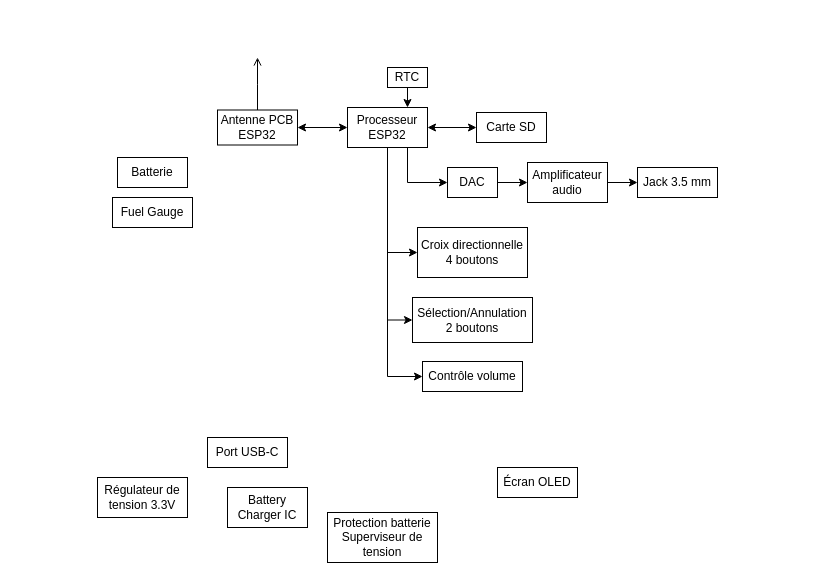
Above: assets/figures/Analyse_Fonctionnelle-Niv2.drawio in dossantosyann/iPod2.0_Latex_Report (draw.io), before the change. Source tidied: cells renumbered, new cells numbered last; positions are measured from the earlier drawing's top-left corner, leaving out a move shared by most shapes. Both pictures are drawn from the tidied source at 100%, with x=0, y=0 at pixel (97, 57).
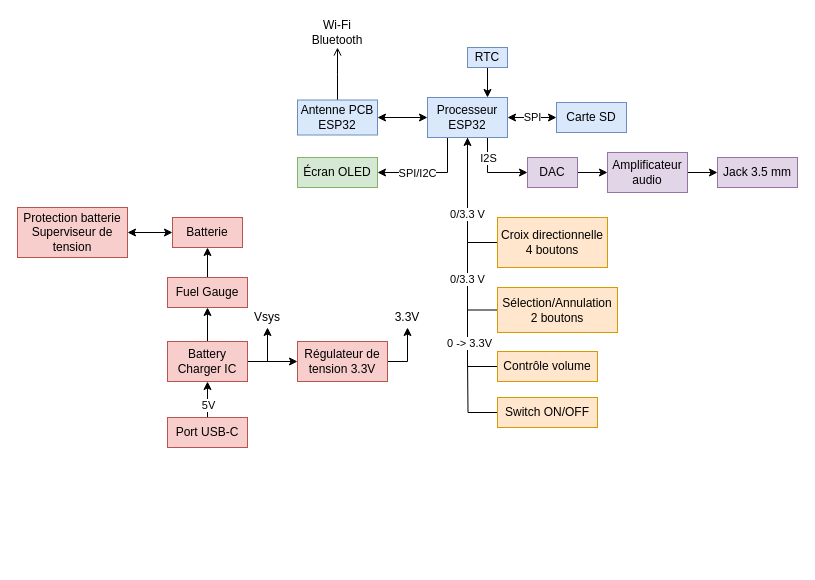
Above is the later version.

Commit message:
Mettre à jour Analyse_Fonctionnelle-Niv2.drawio

Unchanged cells that the change refers to:
```xml
<mxCell id="2" style="edgeStyle=orthogonalEdgeStyle;rounded=0;jettySize=auto;html=1;exitX=1;exitY=0.5;exitDx=0;exitDy=0;entryX=0;entryY=0.5;entryDx=0;entryDy=0;startArrow=classic;startFill=1;" parent="1" edge="1" source="8" target="11">
  <mxGeometry relative="1" as="geometry" />
</mxCell>
<mxCell id="4" style="edgeStyle=orthogonalEdgeStyle;rounded=0;jettySize=auto;html=1;exitX=0.75;exitY=1;exitDx=0;exitDy=0;entryX=0;entryY=0.5;entryDx=0;entryDy=0;" parent="1" edge="1" source="8" target="15">
  <mxGeometry relative="1" as="geometry" />
</mxCell>
```

The edit, as a diff of the source:
```diff
@@
+    <mxCell id="29" value="SPI" style="edgeLabel;html=1;align=center;verticalAlign=middle;" parent="2" vertex="1">
+      <mxGeometry x="-0.04" y="1" relative="1" as="geometry" />
+    </mxCell>
@@
+    <mxCell id="30" value="I2S" style="edgeLabel;html=1;align=center;verticalAlign=middle;" parent="4" vertex="1">
+      <mxGeometry x="-0.38" y="1" relative="1" as="geometry">
+        <mxPoint x="-1" y="-3" as="offset" />
+      </mxGeometry>
+    </mxCell>
-    <mxCell id="5" style="edgeStyle=orthogonalEdgeStyle;rounded=0;jettySize=auto;html=1;exitX=0.5;exitY=1;exitDx=0;exitDy=0;entryX=0;entryY=0.5;entryDx=0;entryDy=0;" parent="1" edge="1" source="8" target="23">
+    <mxCell id="5" style="edgeStyle=orthogonalEdgeStyle;rounded=0;jettySize=auto;html=1;exitX=0.5;exitY=1;exitDx=0;exitDy=0;entryX=0;entryY=0.5;entryDx=0;entryDy=0;endArrow=none;endFill=0;" parent="1" edge="1" source="8" target="23">
       <mxGeometry relative="1" as="geometry" />
     </mxCell>
-    <mxCell id="6" style="edgeStyle=orthogonalEdgeStyle;rounded=0;jettySize=auto;html=1;exitX=0.5;exitY=1;exitDx=0;exitDy=0;entryX=0;entryY=0.5;entryDx=0;entryDy=0;" parent="1" edge="1" source="8" target="24">
+    <mxCell id="6" style="edgeStyle=orthogonalEdgeStyle;rounded=0;jettySize=auto;html=1;exitX=0.5;exitY=1;exitDx=0;exitDy=0;entryX=0;entryY=0.5;entryDx=0;entryDy=0;endArrow=none;endFill=0;" parent="1" edge="1" source="8" target="24">
       <mxGeometry relative="1" as="geometry" />
     </mxCell>
-    <mxCell id="7" style="edgeStyle=orthogonalEdgeStyle;rounded=0;jettySize=auto;html=1;exitX=0.5;exitY=1;exitDx=0;exitDy=0;entryX=0;entryY=0.5;entryDx=0;entryDy=0;" parent="1" edge="1" source="8" target="25">
+    <mxCell id="7" style="edgeStyle=orthogonalEdgeStyle;rounded=0;jettySize=auto;html=1;exitX=0.5;exitY=1;exitDx=0;exitDy=0;entryX=0;entryY=0.5;entryDx=0;entryDy=0;endArrow=none;endFill=0;startArrow=classic;startFill=1;" parent="1" edge="1" source="8" target="25">
       <mxGeometry relative="1" as="geometry" />
     </mxCell>
+    <mxCell id="31" value="0 -&amp;gt; 3.3V" style="edgeLabel;html=1;align=center;verticalAlign=middle;" parent="7" vertex="1">
+      <mxGeometry x="0.58" y="1" relative="1" as="geometry" />
+    </mxCell>
+    <mxCell id="32" value="0/3.3 V" style="edgeLabel;html=1;align=center;verticalAlign=middle;" parent="7" vertex="1">
+      <mxGeometry x="0.09" y="-1" relative="1" as="geometry" />
+    </mxCell>
+    <mxCell id="33" value="0/3.3 V" style="edgeLabel;html=1;align=center;verticalAlign=middle;" parent="7" vertex="1">
+      <mxGeometry x="-0.41" y="-1" relative="1" as="geometry" />
+    </mxCell>
+    <mxCell id="34" style="edgeStyle=orthogonalEdgeStyle;rounded=0;jettySize=auto;html=1;exitX=0.25;exitY=1;exitDx=0;exitDy=0;entryX=1;entryY=0.5;entryDx=0;entryDy=0;" parent="1" edge="1" source="8" target="21">
+      <mxGeometry relative="1" as="geometry" />
+    </mxCell>
+    <mxCell id="35" value="SPI/I2C" style="edgeLabel;html=1;align=center;verticalAlign=middle;" parent="34" vertex="1">
+      <mxGeometry x="-0.32" y="-2" relative="1" as="geometry">
+        <mxPoint x="-30" y="2" as="offset" />
+      </mxGeometry>
+    </mxCell>
-    <mxCell id="8" value="&lt;div&gt;Processeur&lt;/div&gt;&lt;div&gt;ESP32&lt;/div&gt;" style="rounded=0;whiteSpace=wrap;html=1;" parent="1" vertex="1">
-      <mxGeometry x="250" y="50" width="80" height="40" as="geometry" />
+    <mxCell id="8" value="&lt;div&gt;Processeur&lt;/div&gt;&lt;div&gt;ESP32&lt;/div&gt;" style="rounded=0;whiteSpace=wrap;html=1;fillColor=#dae8fc;strokeColor=#6c8ebf;" parent="1" vertex="1">
+      <mxGeometry x="330" y="40" width="80" height="40" as="geometry" />
     </mxCell>
     <mxCell id="9" style="edgeStyle=orthogonalEdgeStyle;rounded=0;jettySize=auto;html=1;exitX=0.5;exitY=0;exitDx=0;exitDy=0;endArrow=open;endFill=0;" parent="1" edge="1" source="10">
       <mxGeometry relative="1" as="geometry">
-        <mxPoint x="160" as="targetPoint" />
+        <mxPoint x="240" y="-10" as="targetPoint" />
       </mxGeometry>
     </mxCell>
-    <mxCell id="10" value="&lt;div&gt;Antenne PCB&lt;/div&gt;&lt;div&gt;ESP32&lt;/div&gt;" style="rounded=0;whiteSpace=wrap;html=1;" parent="1" vertex="1">
-      <mxGeometry x="120" y="52.5" width="80" height="35" as="geometry" />
+    <mxCell id="10" value="&lt;div&gt;Antenne PCB&lt;/div&gt;&lt;div&gt;ESP32&lt;/div&gt;" style="rounded=0;whiteSpace=wrap;html=1;fillColor=#dae8fc;strokeColor=#6c8ebf;" parent="1" vertex="1">
+      <mxGeometry x="200" y="42.5" width="80" height="35" as="geometry" />
     </mxCell>
-    <mxCell id="11" value="Carte SD" style="rounded=0;whiteSpace=wrap;html=1;" parent="1" vertex="1">
-      <mxGeometry x="379" y="55" width="70" height="30" as="geometry" />
+    <mxCell id="11" value="Carte SD" style="rounded=0;whiteSpace=wrap;html=1;fillColor=#dae8fc;strokeColor=#6c8ebf;" parent="1" vertex="1">
+      <mxGeometry x="459" y="45" width="70" height="30" as="geometry" />
     </mxCell>
@@
-    <mxCell id="13" value="RTC" style="rounded=0;whiteSpace=wrap;html=1;" parent="1" vertex="1">
-      <mxGeometry x="290" y="10" width="40" height="20" as="geometry" />
+    <mxCell id="13" value="RTC" style="rounded=0;whiteSpace=wrap;html=1;fillColor=#dae8fc;strokeColor=#6c8ebf;" parent="1" vertex="1">
+      <mxGeometry x="370" y="-10" width="40" height="20" as="geometry" />
     </mxCell>
@@
-    <mxCell id="15" value="DAC" style="rounded=0;whiteSpace=wrap;html=1;" parent="1" vertex="1">
-      <mxGeometry x="350" y="110" width="50" height="30" as="geometry" />
+    <mxCell id="15" value="DAC" style="rounded=0;whiteSpace=wrap;html=1;fillColor=#e1d5e7;strokeColor=#9673a6;" parent="1" vertex="1">
+      <mxGeometry x="430" y="100" width="50" height="30" as="geometry" />
     </mxCell>
@@
-    <mxCell id="17" value="Amplificateur audio" style="rounded=0;whiteSpace=wrap;html=1;" parent="1" vertex="1">
-      <mxGeometry x="430" y="105" width="80" height="40" as="geometry" />
+    <mxCell id="17" value="Amplificateur audio" style="rounded=0;whiteSpace=wrap;html=1;fillColor=#e1d5e7;strokeColor=#9673a6;" parent="1" vertex="1">
+      <mxGeometry x="510" y="95" width="80" height="40" as="geometry" />
     </mxCell>
+    <mxCell id="36" style="edgeStyle=orthogonalEdgeStyle;rounded=0;jettySize=auto;html=1;startArrow=classic;startFill=1;" parent="1" edge="1" source="18" target="28">
+      <mxGeometry relative="1" as="geometry" />
+    </mxCell>
-    <mxCell id="18" value="Batterie" style="rounded=0;whiteSpace=wrap;html=1;" parent="1" vertex="1">
-      <mxGeometry x="20" y="100" width="70" height="30" as="geometry" />
+    <mxCell id="18" value="Batterie" style="rounded=0;whiteSpace=wrap;html=1;fillColor=#f8cecc;strokeColor=#b85450;" parent="1" vertex="1">
+      <mxGeometry x="75" y="160" width="70" height="30" as="geometry" />
     </mxCell>
+    <mxCell id="37" style="edgeStyle=orthogonalEdgeStyle;rounded=0;jettySize=auto;html=1;" parent="1" edge="1" source="19" target="18">
+      <mxGeometry relative="1" as="geometry" />
+    </mxCell>
-    <mxCell id="19" value="Fuel Gauge" style="rounded=0;whiteSpace=wrap;html=1;" parent="1" vertex="1">
-      <mxGeometry x="15" y="140" width="80" height="30" as="geometry" />
+    <mxCell id="19" value="Fuel Gauge" style="rounded=0;whiteSpace=wrap;html=1;fillColor=#f8cecc;strokeColor=#b85450;" parent="1" vertex="1">
+      <mxGeometry x="70" y="220" width="80" height="30" as="geometry" />
     </mxCell>
+    <mxCell id="38" style="edgeStyle=orthogonalEdgeStyle;rounded=0;jettySize=auto;html=1;" parent="1" edge="1" source="20" target="19">
+      <mxGeometry relative="1" as="geometry" />
+    </mxCell>
+    <mxCell id="39" style="edgeStyle=orthogonalEdgeStyle;rounded=0;jettySize=auto;html=1;" parent="1" edge="1" source="20" target="27">
+      <mxGeometry relative="1" as="geometry" />
+    </mxCell>
+    <mxCell id="40" style="edgeStyle=orthogonalEdgeStyle;rounded=0;jettySize=auto;html=1;exitX=1;exitY=0.5;exitDx=0;exitDy=0;" parent="1" edge="1" source="20">
+      <mxGeometry relative="1" as="geometry">
+        <mxPoint x="170" y="270" as="targetPoint" />
+      </mxGeometry>
+    </mxCell>
-    <mxCell id="20" value="Battery Charger IC" style="rounded=0;whiteSpace=wrap;html=1;" parent="1" vertex="1">
-      <mxGeometry x="130" y="430" width="80" height="40" as="geometry" />
+    <mxCell id="20" value="Battery Charger IC" style="rounded=0;whiteSpace=wrap;html=1;fillColor=#f8cecc;strokeColor=#b85450;" parent="1" vertex="1">
+      <mxGeometry x="70" y="284" width="80" height="40" as="geometry" />
     </mxCell>
-    <mxCell id="21" value="Écran OLED" style="rounded=0;whiteSpace=wrap;html=1;" parent="1" vertex="1">
-      <mxGeometry x="400" y="410" width="80" height="30" as="geometry" />
+    <mxCell id="21" value="Écran OLED" style="rounded=0;whiteSpace=wrap;html=1;fillColor=#d5e8d4;strokeColor=#82b366;" parent="1" vertex="1">
+      <mxGeometry x="200" y="100" width="80" height="30" as="geometry" />
     </mxCell>
+    <mxCell id="41" style="edgeStyle=orthogonalEdgeStyle;rounded=0;jettySize=auto;html=1;" parent="1" edge="1" source="22" target="20">
+      <mxGeometry relative="1" as="geometry" />
+    </mxCell>
+    <mxCell id="42" value="5V" style="edgeLabel;html=1;align=center;verticalAlign=middle;" parent="41" vertex="1">
+      <mxGeometry x="-0.39" y="-2" relative="1" as="geometry">
+        <mxPoint x="-2" as="offset" />
+      </mxGeometry>
+    </mxCell>
-    <mxCell id="22" value="Port USB-C" style="rounded=0;whiteSpace=wrap;html=1;" parent="1" vertex="1">
-      <mxGeometry x="110" y="380" width="80" height="30" as="geometry" />
+    <mxCell id="22" value="Port USB-C" style="rounded=0;whiteSpace=wrap;html=1;fillColor=#f8cecc;strokeColor=#b85450;" parent="1" vertex="1">
+      <mxGeometry x="70" y="360" width="80" height="30" as="geometry" />
     </mxCell>
-    <mxCell id="23" value="&lt;div&gt;Croix directionnelle&lt;/div&gt;&lt;div&gt;4 boutons&lt;/div&gt;" style="rounded=0;whiteSpace=wrap;html=1;" parent="1" vertex="1">
-      <mxGeometry x="320" y="170" width="110" height="50" as="geometry" />
+    <mxCell id="23" value="&lt;div&gt;Croix directionnelle&lt;/div&gt;&lt;div&gt;4 boutons&lt;/div&gt;" style="rounded=0;whiteSpace=wrap;html=1;fillColor=#ffe6cc;strokeColor=#d79b00;" parent="1" vertex="1">
+      <mxGeometry x="400" y="160" width="110" height="50" as="geometry" />
     </mxCell>
-    <mxCell id="24" value="&lt;div&gt;Sélection/Annulation&lt;/div&gt;&lt;div&gt;2 boutons&lt;/div&gt;" style="rounded=0;whiteSpace=wrap;html=1;" parent="1" vertex="1">
-      <mxGeometry x="315" y="240" width="120" height="45" as="geometry" />
+    <mxCell id="24" value="&lt;div&gt;Sélection/Annulation&lt;/div&gt;&lt;div&gt;2 boutons&lt;/div&gt;" style="rounded=0;whiteSpace=wrap;html=1;fillColor=#ffe6cc;strokeColor=#d79b00;" parent="1" vertex="1">
+      <mxGeometry x="400" y="230" width="120" height="45" as="geometry" />
     </mxCell>
-    <mxCell id="25" value="&lt;div&gt;Contrôle volume&lt;/div&gt;" style="rounded=0;whiteSpace=wrap;html=1;" parent="1" vertex="1">
-      <mxGeometry x="325" y="304" width="100" height="30" as="geometry" />
+    <mxCell id="25" value="&lt;div&gt;Contrôle volume&lt;/div&gt;" style="rounded=0;whiteSpace=wrap;html=1;fillColor=#ffe6cc;strokeColor=#d79b00;" parent="1" vertex="1">
+      <mxGeometry x="400" y="294" width="100" height="30" as="geometry" />
     </mxCell>
-    <mxCell id="26" value="Jack 3.5 mm" style="rounded=0;whiteSpace=wrap;html=1;" parent="1" vertex="1">
-      <mxGeometry x="540" y="110" width="80" height="30" as="geometry" />
+    <mxCell id="26" value="Jack 3.5 mm" style="rounded=0;whiteSpace=wrap;html=1;fillColor=#e1d5e7;strokeColor=#9673a6;" parent="1" vertex="1">
+      <mxGeometry x="620" y="100" width="80" height="30" as="geometry" />
     </mxCell>
+    <mxCell id="43" style="edgeStyle=orthogonalEdgeStyle;rounded=0;jettySize=auto;html=1;exitX=1;exitY=0.5;exitDx=0;exitDy=0;" parent="1" edge="1" source="27">
+      <mxGeometry relative="1" as="geometry">
+        <mxPoint x="310" y="270" as="targetPoint" />
+      </mxGeometry>
+    </mxCell>
-    <mxCell id="27" value="&lt;div&gt;Régulateur de tension 3.3V&lt;/div&gt;" style="rounded=0;whiteSpace=wrap;html=1;" parent="1" vertex="1">
-      <mxGeometry y="420" width="90" height="40" as="geometry" />
+    <mxCell id="27" value="&lt;div&gt;Régulateur de tension 3.3V&lt;/div&gt;" style="rounded=0;whiteSpace=wrap;html=1;fillColor=#f8cecc;strokeColor=#b85450;" parent="1" vertex="1">
+      <mxGeometry x="200" y="284" width="90" height="40" as="geometry" />
     </mxCell>
-    <mxCell id="28" value="&lt;div&gt;Protection batterie&lt;/div&gt;&lt;div&gt;Superviseur de tension&lt;/div&gt;" style="rounded=0;whiteSpace=wrap;html=1;" parent="1" vertex="1">
-      <mxGeometry x="230" y="455" width="110" height="50" as="geometry" />
+    <mxCell id="28" value="&lt;div&gt;Protection batterie&lt;/div&gt;&lt;div&gt;Superviseur de tension&lt;/div&gt;" style="rounded=0;whiteSpace=wrap;html=1;fillColor=#f8cecc;strokeColor=#b85450;" parent="1" vertex="1">
+      <mxGeometry x="-80" y="150" width="110" height="50" as="geometry" />
     </mxCell>
+    <mxCell id="44" value="Vsys" style="text;html=1;whiteSpace=wrap;strokeColor=none;fillColor=none;align=center;verticalAlign=middle;rounded=0;" parent="1" vertex="1">
+      <mxGeometry x="140" y="245" width="60" height="30" as="geometry" />
+    </mxCell>
+    <mxCell id="45" value="3.3V" style="text;html=1;whiteSpace=wrap;strokeColor=none;fillColor=none;align=center;verticalAlign=middle;rounded=0;" parent="1" vertex="1">
+      <mxGeometry x="280" y="245" width="60" height="30" as="geometry" />
+    </mxCell>
+    <mxCell id="46" value="&lt;div&gt;Wi-Fi&lt;/div&gt;&lt;div&gt;Bluetooth&lt;/div&gt;" style="text;html=1;whiteSpace=wrap;strokeColor=none;fillColor=none;align=center;verticalAlign=middle;rounded=0;" parent="1" vertex="1">
+      <mxGeometry x="210" y="-40" width="60" height="30" as="geometry" />
+    </mxCell>
+    <mxCell id="47" style="edgeStyle=orthogonalEdgeStyle;rounded=0;jettySize=auto;html=1;exitX=0;exitY=0.5;exitDx=0;exitDy=0;endArrow=none;endFill=0;" parent="1" edge="1" source="48">
+      <mxGeometry relative="1" as="geometry">
+        <mxPoint x="370" y="300" as="targetPoint" />
+      </mxGeometry>
+    </mxCell>
+    <mxCell id="48" value="Switch ON/OFF" style="rounded=0;whiteSpace=wrap;html=1;fillColor=#ffe6cc;strokeColor=#d79b00;" parent="1" vertex="1">
+      <mxGeometry x="400" y="340" width="100" height="30" as="geometry" />
+    </mxCell>
```
